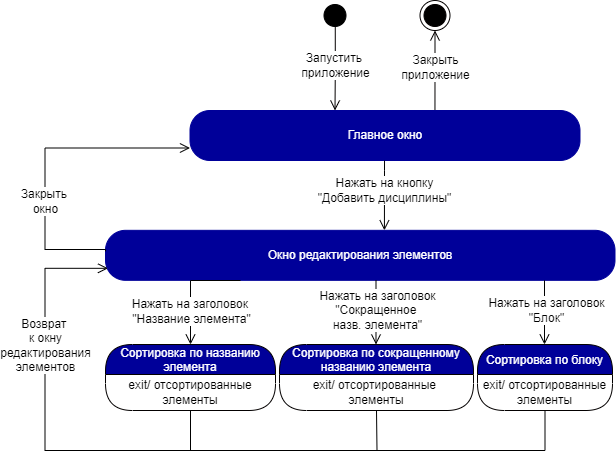
Before: SM_Bloks/Edit_element/Sort/State_machine_edit_element_sort_1.drawio.png, a diagram exported from draw.io (iCosmos76/Curriculum-Designer). Source tidied: cells renumbered, new cells last; positions are measured from the earlier drawing's top-left corner, leaving out a move shared by most shapes. Its diagram source:
```xml
<mxGraphModel>
  <root>
    <mxCell id="0" />
    <mxCell id="1" parent="0" />
    <mxCell id="2" style="ellipse;html=1;shape=startState;fillColor=#000000;strokeColor=#000000;fontColor=#000099;" parent="1" vertex="1">
      <mxGeometry x="275.5" width="30" height="30" as="geometry" />
    </mxCell>
    <mxCell id="3" value="&lt;font style=&quot;font-size: 12px&quot;&gt;Запустить &lt;br&gt;приложение&lt;/font&gt;" style="edgeStyle=orthogonalEdgeStyle;html=1;verticalAlign=bottom;endArrow=open;endSize=8;strokeColor=#030000;rounded=0;exitX=0.509;exitY=0.876;exitDx=0;exitDy=0;exitPerimeter=0;spacingBottom=-14;fontSize=10;" parent="1" edge="1" source="2">
      <mxGeometry relative="1" as="geometry">
        <mxPoint x="290.5" y="110" as="targetPoint" />
      </mxGeometry>
    </mxCell>
    <mxCell id="4" value="&lt;font style=&quot;font-size: 12px&quot;&gt;Закрыть&lt;br&gt;приложение&lt;/font&gt;" style="edgeStyle=orthogonalEdgeStyle;html=1;verticalAlign=bottom;endArrow=open;endSize=8;strokeColor=#030000;rounded=0;spacingBottom=-14;fontSize=10;entryX=0.5;entryY=1;entryDx=0;entryDy=0;exitX=0.781;exitY=0;exitDx=0;exitDy=0;exitPerimeter=0;" parent="1" edge="1" target="5">
      <mxGeometry relative="1" as="geometry">
        <mxPoint x="390.5" y="110" as="sourcePoint" />
        <Array as="points">
          <mxPoint x="390.5" y="70" />
          <mxPoint x="390.5" y="70" />
        </Array>
      </mxGeometry>
    </mxCell>
    <mxCell id="5" style="ellipse;html=1;shape=endState;fillColor=#000000;strokeColor=#030000;" parent="1" vertex="1">
      <mxGeometry x="375.5" width="30" height="30" as="geometry" />
    </mxCell>
    <mxCell id="6" value="Главное окно" style="rounded=1;whiteSpace=wrap;html=1;arcSize=40;fontColor=#FFFFFF;fillColor=#000099;strokeColor=#000099;" parent="1" vertex="1">
      <mxGeometry x="145.5" y="110" width="390" height="50" as="geometry" />
    </mxCell>
    <mxCell id="7" style="edgeStyle=orthogonalEdgeStyle;html=1;verticalAlign=bottom;endArrow=open;endSize=8;strokeColor=#000000;rounded=0;fontSize=10;exitX=0.097;exitY=1.006;exitDx=0;exitDy=0;exitPerimeter=0;entryX=0.154;entryY=0;entryDx=0;entryDy=0;entryPerimeter=0;" parent="1" edge="1">
      <mxGeometry relative="1" as="geometry">
        <mxPoint x="340" y="160.1" as="sourcePoint" />
        <mxPoint x="339.9" y="229.8" as="targetPoint" />
        <Array as="points">
          <mxPoint x="339.9" y="169.8" />
        </Array>
      </mxGeometry>
    </mxCell>
    <mxCell id="8" value="Нажать на кнопку&lt;br&gt;&quot;Добавить дисциплины&quot;" style="edgeLabel;html=1;align=center;verticalAlign=middle;fontSize=12;" parent="7" vertex="1">
      <mxGeometry x="-0.25" y="2" relative="1" as="geometry">
        <mxPoint x="-2" y="3" as="offset" />
      </mxGeometry>
    </mxCell>
    <mxCell id="9" value="Сортировка по названию &#10;элемента" style="swimlane;fontStyle=0;align=center;verticalAlign=middle;horizontal=1;startSize=30;fontColor=#FFFFFF;rounded=1;arcSize=30;strokeColor=#030000;fillColor=#000099;swimlaneFillColor=#FFFFFF;fontSize=12;" parent="1" vertex="1">
      <mxGeometry x="61" y="344" width="170" height="66" as="geometry" />
    </mxCell>
    <mxCell id="10" value="exit/ отсортированные элементы" style="text;html=1;strokeColor=none;fillColor=none;align=center;verticalAlign=middle;spacingLeft=4;spacingRight=4;whiteSpace=wrap;overflow=hidden;fontColor=#000000;fontSize=12;" parent="9" vertex="1">
      <mxGeometry y="30" width="170" height="36" as="geometry" />
    </mxCell>
    <mxCell id="11" value="Окно редактирования элементов" style="rounded=1;whiteSpace=wrap;html=1;arcSize=40;fontColor=#FFFFFF;fillColor=#000099;strokeColor=#000099;" parent="1" vertex="1">
      <mxGeometry x="61" y="229.8" width="509.5" height="50" as="geometry" />
    </mxCell>
    <mxCell id="12" style="edgeStyle=orthogonalEdgeStyle;html=1;verticalAlign=bottom;endArrow=open;endSize=8;strokeColor=#000000;rounded=0;fontSize=10;entryX=0.5;entryY=0;entryDx=0;entryDy=0;" parent="1" edge="1" target="9">
      <mxGeometry relative="1" as="geometry">
        <mxPoint x="196" y="280" as="sourcePoint" />
        <Array as="points">
          <mxPoint x="196" y="280" />
        </Array>
      </mxGeometry>
    </mxCell>
    <mxCell id="13" value="Нажать на заголовок &lt;br&gt;&quot;Название элемента&quot;" style="edgeLabel;html=1;align=center;verticalAlign=middle;fontSize=12;" parent="12" vertex="1">
      <mxGeometry x="-0.25" y="2" relative="1" as="geometry">
        <mxPoint x="-7" y="28" as="offset" />
      </mxGeometry>
    </mxCell>
    <mxCell id="14" style="edgeStyle=orthogonalEdgeStyle;html=1;verticalAlign=bottom;endArrow=open;endSize=8;strokeColor=#000000;rounded=0;fontSize=10;exitX=0.5;exitY=1;exitDx=0;exitDy=0;" parent="1" edge="1" source="10">
      <mxGeometry relative="1" as="geometry">
        <mxPoint x="63.5" y="267.8" as="targetPoint" />
        <Array as="points">
          <mxPoint x="146.5" y="450" />
          <mxPoint x="0.5" y="450" />
          <mxPoint x="0.5" y="268" />
        </Array>
      </mxGeometry>
    </mxCell>
    <mxCell id="15" value="Возврат &lt;br&gt;к окну&lt;br&gt;редактирования&lt;br&gt;элементов" style="edgeLabel;html=1;align=center;verticalAlign=middle;fontSize=12;" parent="14" vertex="1">
      <mxGeometry x="-0.25" y="2" relative="1" as="geometry">
        <mxPoint x="-25" y="-108" as="offset" />
      </mxGeometry>
    </mxCell>
    <mxCell id="16" style="edgeStyle=orthogonalEdgeStyle;html=1;verticalAlign=bottom;endArrow=open;endSize=8;strokeColor=#000000;rounded=0;fontSize=10;exitX=0;exitY=0.42;exitDx=0;exitDy=0;exitPerimeter=0;entryX=0;entryY=0.75;entryDx=0;entryDy=0;" parent="1" edge="1" source="11" target="6">
      <mxGeometry relative="1" as="geometry">
        <Array as="points">
          <mxPoint x="61.5" y="249" />
          <mxPoint x="0.5" y="249" />
          <mxPoint x="0.5" y="148" />
        </Array>
      </mxGeometry>
    </mxCell>
    <mxCell id="17" value="Закрыть &lt;br&gt;окно" style="edgeLabel;html=1;align=center;verticalAlign=middle;fontSize=12;" parent="16" vertex="1">
      <mxGeometry x="-0.36" y="-2" relative="1" as="geometry">
        <mxPoint x="-2" y="-13" as="offset" />
      </mxGeometry>
    </mxCell>
    <mxCell id="18" style="edgeStyle=orthogonalEdgeStyle;html=1;verticalAlign=bottom;endArrow=open;endSize=8;strokeColor=#000000;rounded=0;fontSize=10;exitX=0.477;exitY=1.04;exitDx=0;exitDy=0;exitPerimeter=0;" parent="1" edge="1">
      <mxGeometry relative="1" as="geometry">
        <mxPoint x="330.9" y="279.8" as="sourcePoint" />
        <mxPoint x="331.5" y="344" as="targetPoint" />
        <Array as="points">
          <mxPoint x="331.3" y="343.8" />
        </Array>
      </mxGeometry>
    </mxCell>
    <mxCell id="19" value="Нажать на заголовок&lt;br&gt;&quot;Сокращенное &lt;br&gt;назв. элемента&quot;" style="edgeLabel;html=1;align=center;verticalAlign=middle;fontSize=12;" parent="18" vertex="1">
      <mxGeometry x="-0.25" y="2" relative="1" as="geometry">
        <mxPoint x="-1" y="6" as="offset" />
      </mxGeometry>
    </mxCell>
    <mxCell id="20" style="endArrow=none;html=1;rounded=0;" parent="1" edge="1">
      <mxGeometry relative="1" as="geometry">
        <mxPoint x="90.5" y="450" as="sourcePoint" />
        <mxPoint x="500.5" y="450" as="targetPoint" />
      </mxGeometry>
    </mxCell>
    <mxCell id="21" value="Сортировка по сокращенному&#10;названию элемента" style="swimlane;fontStyle=0;align=center;verticalAlign=middle;horizontal=1;startSize=30;fontColor=#FFFFFF;rounded=1;arcSize=30;strokeColor=#030000;fillColor=#000099;swimlaneFillColor=#FFFFFF;fontSize=12;" parent="1" vertex="1">
      <mxGeometry x="235" y="344" width="194" height="66" as="geometry" />
    </mxCell>
    <mxCell id="22" value="exit/ отсортированные &lt;br&gt;элементы" style="text;html=1;strokeColor=none;fillColor=none;align=center;verticalAlign=middle;spacingLeft=4;spacingRight=4;whiteSpace=wrap;overflow=hidden;fontColor=#000000;fontSize=12;" parent="21" vertex="1">
      <mxGeometry y="30" width="194" height="36" as="geometry" />
    </mxCell>
    <mxCell id="23" value="exit/ отсортированные &lt;br&gt;элементы" style="text;html=1;strokeColor=none;fillColor=none;align=center;verticalAlign=middle;spacingLeft=4;spacingRight=4;whiteSpace=wrap;overflow=hidden;fontColor=#000000;fontSize=12;" parent="21" vertex="1">
      <mxGeometry y="66" width="194" as="geometry" />
    </mxCell>
    <mxCell id="24" style="edgeStyle=orthogonalEdgeStyle;html=1;verticalAlign=bottom;endArrow=open;endSize=8;strokeColor=#000000;rounded=0;fontSize=10;exitX=0.477;exitY=1.04;exitDx=0;exitDy=0;exitPerimeter=0;" parent="1" edge="1">
      <mxGeometry relative="1" as="geometry">
        <mxPoint x="500" y="279.8" as="sourcePoint" />
        <mxPoint x="500" y="344" as="targetPoint" />
        <Array as="points">
          <mxPoint x="499.8" y="343.8" />
        </Array>
      </mxGeometry>
    </mxCell>
    <mxCell id="25" value="Нажать на заголовок&lt;br&gt;&quot;Блок&quot;" style="edgeLabel;html=1;align=center;verticalAlign=middle;fontSize=12;" parent="24" vertex="1">
      <mxGeometry x="-0.25" y="2" relative="1" as="geometry">
        <mxPoint x="-1" y="6" as="offset" />
      </mxGeometry>
    </mxCell>
    <mxCell id="26" value="Сортировка по блоку" style="swimlane;fontStyle=0;align=center;verticalAlign=middle;horizontal=1;startSize=30;fontColor=#FFFFFF;rounded=1;arcSize=30;strokeColor=#030000;fillColor=#000099;swimlaneFillColor=#FFFFFF;fontSize=12;" parent="1" vertex="1">
      <mxGeometry x="433" y="344" width="135" height="66" as="geometry" />
    </mxCell>
    <mxCell id="27" value="exit/ отсортированные &lt;br&gt;элементы" style="text;html=1;strokeColor=none;fillColor=none;align=center;verticalAlign=middle;spacingLeft=4;spacingRight=4;whiteSpace=wrap;overflow=hidden;fontColor=#000000;fontSize=12;" parent="26" vertex="1">
      <mxGeometry y="30" width="135" height="36" as="geometry" />
    </mxCell>
    <mxCell id="28" style="endArrow=none;html=1;rounded=0;entryX=0;entryY=0;entryDx=0;entryDy=0;" parent="1" edge="1" target="23">
      <mxGeometry relative="1" as="geometry">
        <mxPoint x="332.5" y="450" as="sourcePoint" />
      </mxGeometry>
    </mxCell>
    <mxCell id="29" style="endArrow=none;html=1;rounded=0;entryX=0.5;entryY=1;entryDx=0;entryDy=0;" parent="1" edge="1" target="27">
      <mxGeometry relative="1" as="geometry">
        <mxPoint x="500.5" y="450" as="sourcePoint" />
      </mxGeometry>
    </mxCell>
  </root>
</mxGraphModel>
```
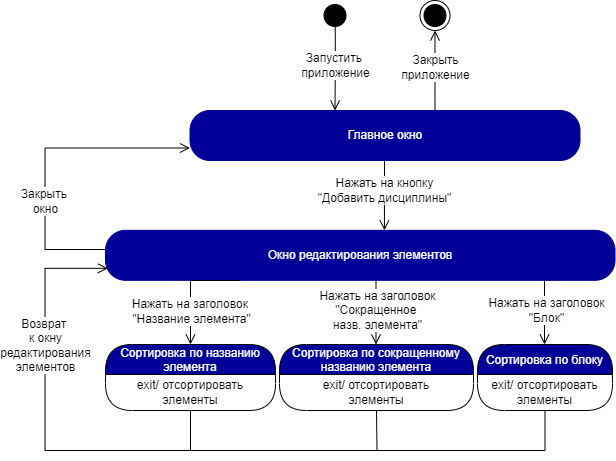
After the change.

What changed in the source:
```diff
@@ -42,7 +42,7 @@
     <mxCell id="9" value="Сортировка по названию &#10;элемента" style="swimlane;fontStyle=0;align=center;verticalAlign=middle;horizontal=1;startSize=30;fontColor=#FFFFFF;rounded=1;arcSize=30;strokeColor=#030000;fillColor=#000099;swimlaneFillColor=#FFFFFF;fontSize=12;" parent="1" vertex="1">
       <mxGeometry x="61" y="344" width="170" height="66" as="geometry" />
     </mxCell>
-    <mxCell id="10" value="exit/ отсортированные элементы" style="text;html=1;strokeColor=none;fillColor=none;align=center;verticalAlign=middle;spacingLeft=4;spacingRight=4;whiteSpace=wrap;overflow=hidden;fontColor=#000000;fontSize=12;" parent="9" vertex="1">
+    <mxCell id="10" value="exit/ отсортировать элементы" style="text;html=1;strokeColor=none;fillColor=none;align=center;verticalAlign=middle;spacingLeft=4;spacingRight=4;whiteSpace=wrap;overflow=hidden;fontColor=#000000;fontSize=12;" parent="9" vertex="1">
       <mxGeometry y="30" width="170" height="36" as="geometry" />
     </mxCell>
     <mxCell id="11" value="Окно редактирования элементов" style="rounded=1;whiteSpace=wrap;html=1;arcSize=40;fontColor=#FFFFFF;fillColor=#000099;strokeColor=#000099;" parent="1" vertex="1">
@@ -113,7 +113,7 @@
     <mxCell id="21" value="Сортировка по сокращенному&#10;названию элемента" style="swimlane;fontStyle=0;align=center;verticalAlign=middle;horizontal=1;startSize=30;fontColor=#FFFFFF;rounded=1;arcSize=30;strokeColor=#030000;fillColor=#000099;swimlaneFillColor=#FFFFFF;fontSize=12;" parent="1" vertex="1">
       <mxGeometry x="235" y="344" width="194" height="66" as="geometry" />
     </mxCell>
-    <mxCell id="22" value="exit/ отсортированные &lt;br&gt;элементы" style="text;html=1;strokeColor=none;fillColor=none;align=center;verticalAlign=middle;spacingLeft=4;spacingRight=4;whiteSpace=wrap;overflow=hidden;fontColor=#000000;fontSize=12;" parent="21" vertex="1">
+    <mxCell id="22" value="exit/ отсортировать&lt;br&gt;элементы" style="text;html=1;strokeColor=none;fillColor=none;align=center;verticalAlign=middle;spacingLeft=4;spacingRight=4;whiteSpace=wrap;overflow=hidden;fontColor=#000000;fontSize=12;" parent="21" vertex="1">
       <mxGeometry y="30" width="194" height="36" as="geometry" />
     </mxCell>
     <mxCell id="23" value="exit/ отсортированные &lt;br&gt;элементы" style="text;html=1;strokeColor=none;fillColor=none;align=center;verticalAlign=middle;spacingLeft=4;spacingRight=4;whiteSpace=wrap;overflow=hidden;fontColor=#000000;fontSize=12;" parent="21" vertex="1">
@@ -136,7 +136,7 @@
     <mxCell id="26" value="Сортировка по блоку" style="swimlane;fontStyle=0;align=center;verticalAlign=middle;horizontal=1;startSize=30;fontColor=#FFFFFF;rounded=1;arcSize=30;strokeColor=#030000;fillColor=#000099;swimlaneFillColor=#FFFFFF;fontSize=12;" parent="1" vertex="1">
       <mxGeometry x="433" y="344" width="135" height="66" as="geometry" />
     </mxCell>
-    <mxCell id="27" value="exit/ отсортированные &lt;br&gt;элементы" style="text;html=1;strokeColor=none;fillColor=none;align=center;verticalAlign=middle;spacingLeft=4;spacingRight=4;whiteSpace=wrap;overflow=hidden;fontColor=#000000;fontSize=12;" parent="26" vertex="1">
+    <mxCell id="27" value="exit/ отсортировать&lt;br&gt;элементы" style="text;html=1;strokeColor=none;fillColor=none;align=center;verticalAlign=middle;spacingLeft=4;spacingRight=4;whiteSpace=wrap;overflow=hidden;fontColor=#000000;fontSize=12;" parent="26" vertex="1">
       <mxGeometry y="30" width="135" height="36" as="geometry" />
     </mxCell>
     <mxCell id="28" style="endArrow=none;html=1;rounded=0;entryX=0;entryY=0;entryDx=0;entryDy=0;" parent="1" edge="1" target="23">
```
